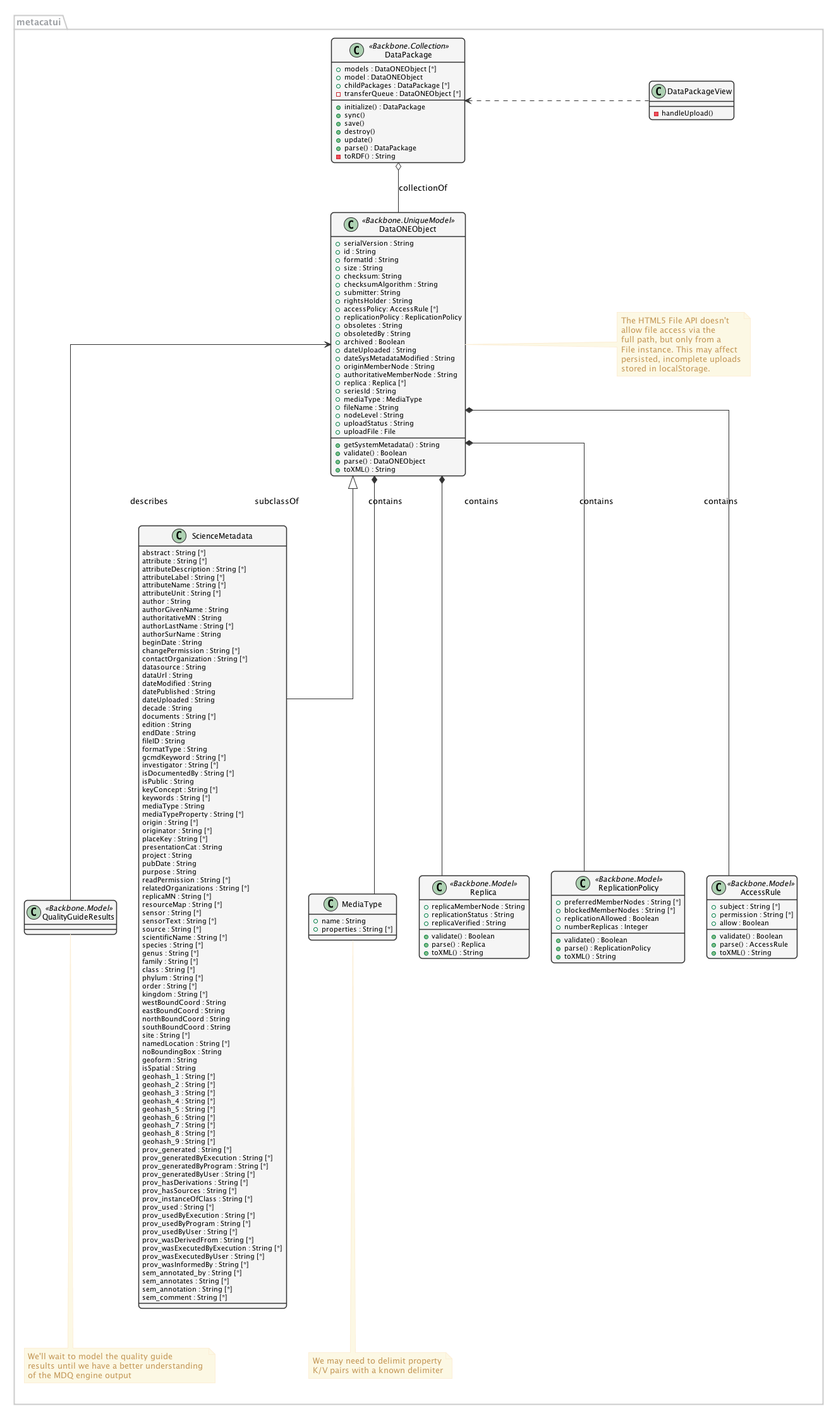
This is metacatui/docs/design/editor/images/editor-design-metacatui-package.png from NCEAS/metacatui, a PlantUML export, as it was before one commit.
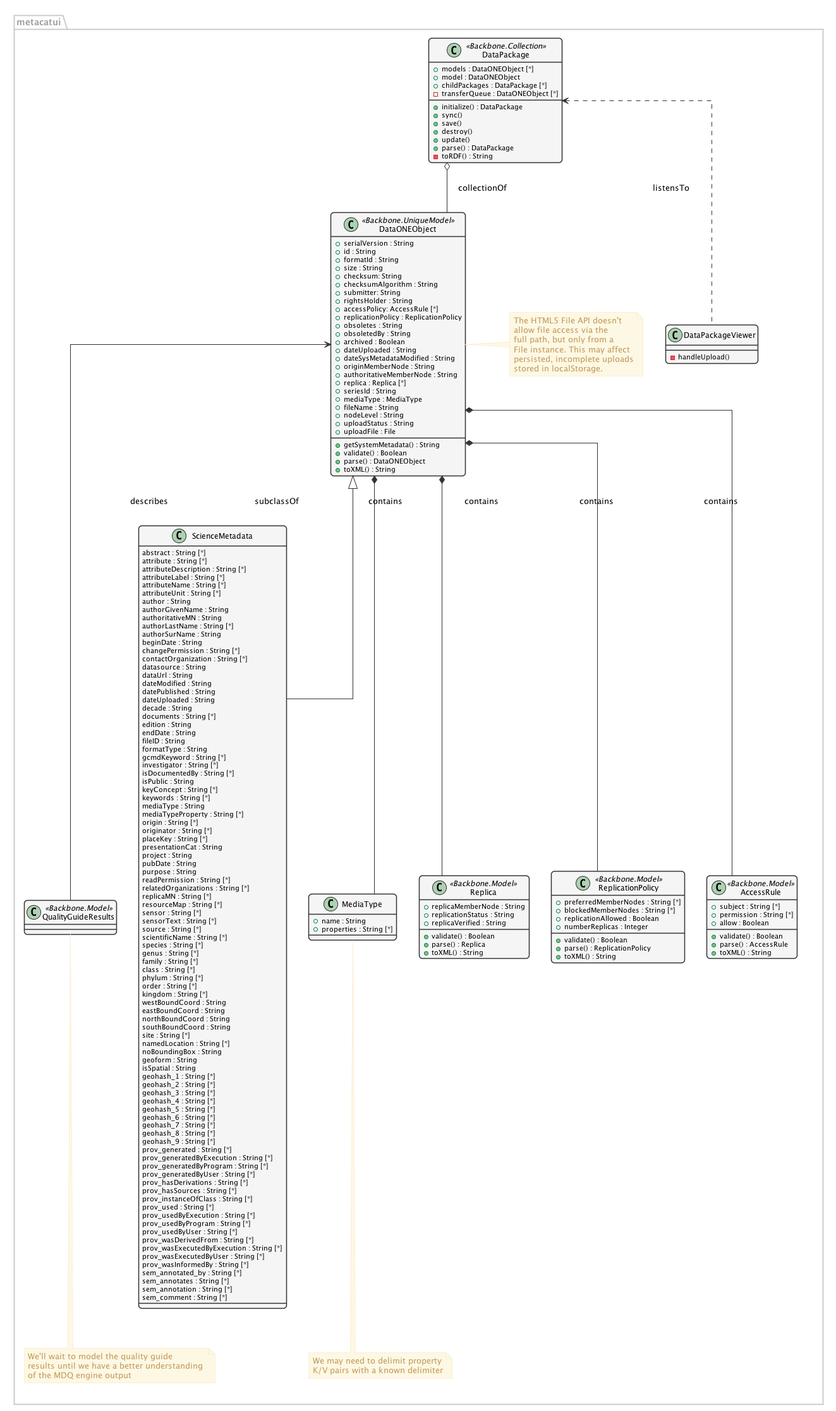
Later version of the same file.

Commit message:
Add more explanatory text, and fix the DataPackagerViewer class name.

Diff of the diagram source:
```diff
@@ -232,14 +232,14 @@
       - toRDF() : String
     }
 
-    class DataPackageView {
+    class DataPackageViewer {
       - handleUpload()
     }
 
   }
 
   DataPackage o-- DataONEObject : collectionOf
-  DataPackage <.left. DataPackageView : listensTo
+  DataPackage <.. DataPackageViewer : listensTo
   DataONEObject <|-- ScienceMetadata : "subclassOf"
   DataONEObject <-- QualityGuideResults : describes
   DataONEObject *-- AccessRule : "contains"
```
